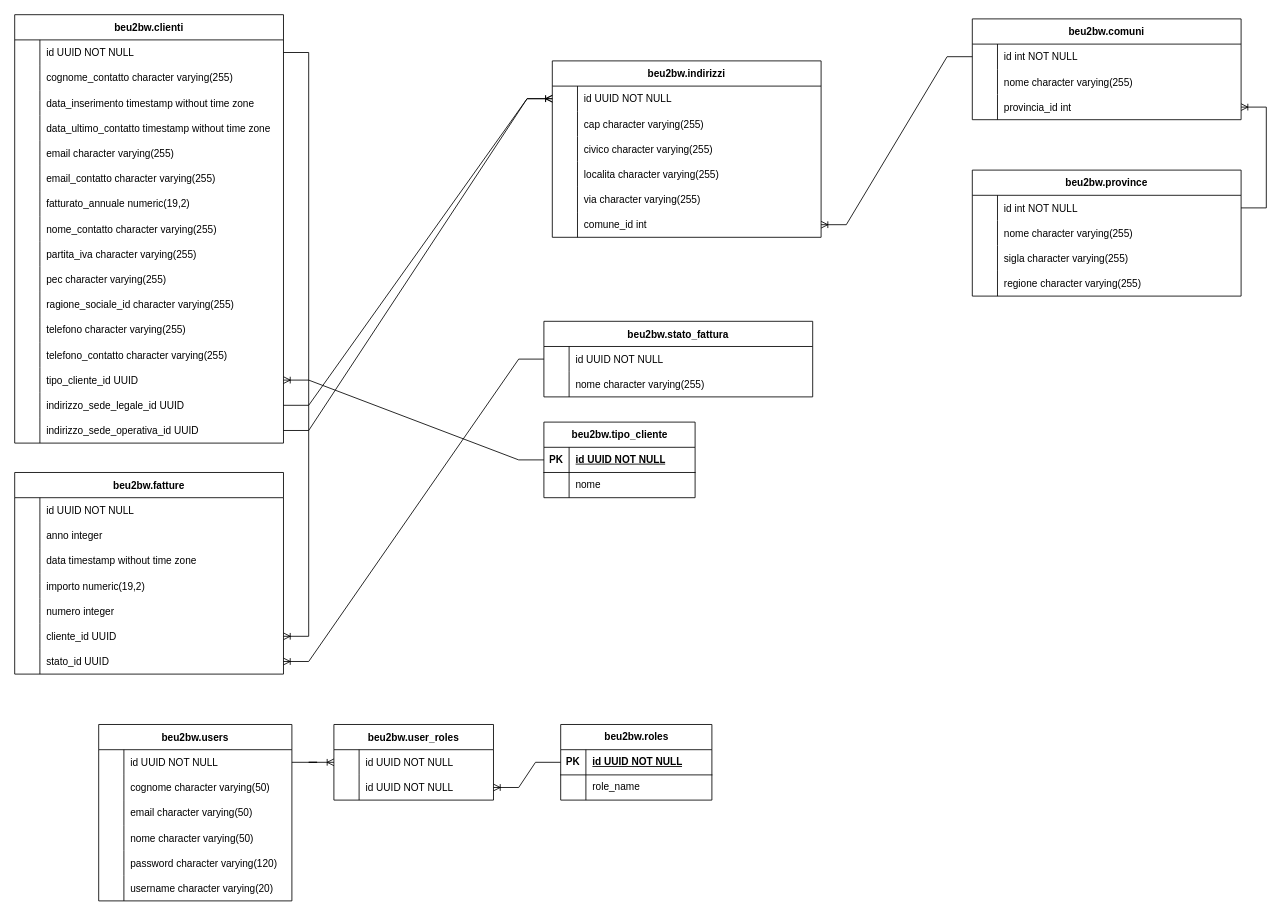
Above: Diagram.drawio in 12kpro/BE-U2-BW (draw.io), before the change. Source tidied: cells renumbered, new cells numbered last; positions are measured from the earlier drawing's top-left corner, leaving out a move shared by most shapes. Both pictures are drawn from the tidied source at 84%, with x=0, y=0 at pixel (14, 14).
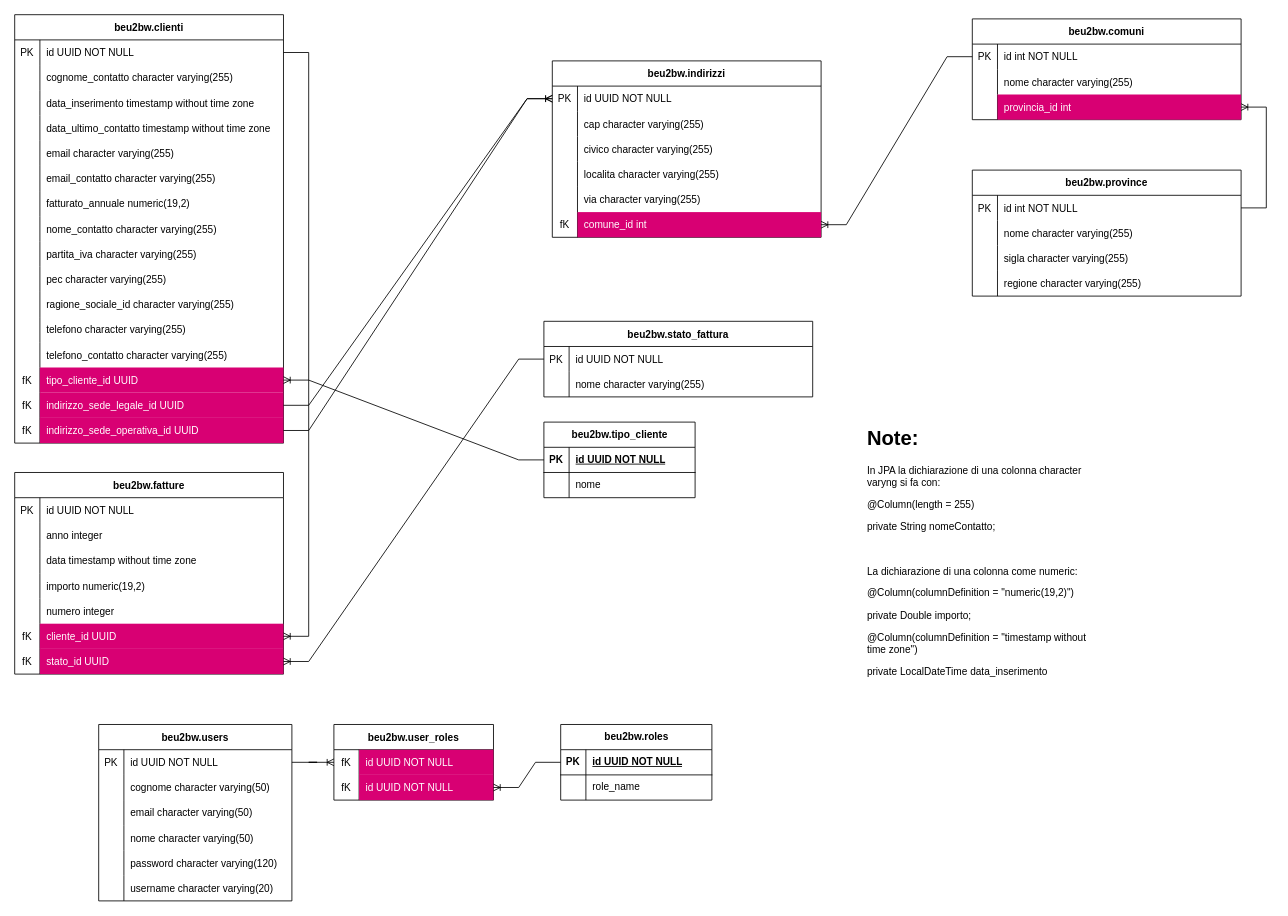
The same page after the edit.

The change refers to these unchanged cells:
```xml
<mxCell id="3" style="shape=tableRow;horizontal=0;startSize=0;swimlaneHead=0;swimlaneBody=0;fillColor=none;points=[[0,0.5],[1,0.5]];portConstraint=eastwest;strokeColor=inherit;top=0;left=0;right=0;bottom=0;" parent="2" vertex="1">
  <mxGeometry y="30" width="320" height="30" as="geometry" />
</mxCell>
<mxCell id="42" style="shape=tableRow;horizontal=0;startSize=0;swimlaneHead=0;swimlaneBody=0;fillColor=none;points=[[0,0.5],[1,0.5]];portConstraint=eastwest;strokeColor=inherit;top=0;left=0;right=0;bottom=0;" parent="2" vertex="1">
  <mxGeometry y="420" width="320" height="30" as="geometry" />
</mxCell>
<mxCell id="45" style="shape=tableRow;horizontal=0;startSize=0;swimlaneHead=0;swimlaneBody=0;fillColor=none;points=[[0,0.5],[1,0.5]];portConstraint=eastwest;strokeColor=inherit;top=0;left=0;right=0;bottom=0;" parent="2" vertex="1">
  <mxGeometry y="450" width="320" height="30" as="geometry" />
</mxCell>
<mxCell id="48" style="shape=tableRow;horizontal=0;startSize=0;swimlaneHead=0;swimlaneBody=0;fillColor=none;points=[[0,0.5],[1,0.5]];portConstraint=eastwest;strokeColor=inherit;top=0;left=0;right=0;bottom=0;" parent="2" vertex="1">
  <mxGeometry y="480" width="320" height="30" as="geometry" />
</mxCell>
<mxCell id="52" style="shape=tableRow;horizontal=0;startSize=0;swimlaneHead=0;swimlaneBody=0;fillColor=none;points=[[0,0.5],[1,0.5]];portConstraint=eastwest;strokeColor=inherit;top=0;left=0;right=0;bottom=0;" parent="51" vertex="1">
  <mxGeometry y="30" width="320" height="30" as="geometry" />
</mxCell>
<mxCell id="58" style="shape=tableRow;horizontal=0;startSize=0;swimlaneHead=0;swimlaneBody=0;fillColor=none;points=[[0,0.5],[1,0.5]];portConstraint=eastwest;strokeColor=inherit;top=0;left=0;right=0;bottom=0;" parent="51" vertex="1">
  <mxGeometry y="90" width="320" height="30" as="geometry" />
</mxCell>
<mxCell id="62" style="shape=tableRow;horizontal=0;startSize=0;swimlaneHead=0;swimlaneBody=0;fillColor=none;strokeColor=inherit;top=0;left=0;right=0;bottom=0;" parent="61" vertex="1">
  <mxGeometry y="30" width="320" height="30" as="geometry" />
</mxCell>
<mxCell id="77" style="shape=tableRow;horizontal=0;startSize=0;swimlaneHead=0;swimlaneBody=0;fillColor=none;points=[[0,0.5],[1,0.5]];portConstraint=eastwest;strokeColor=inherit;top=0;left=0;right=0;bottom=0;" parent="61" vertex="1">
  <mxGeometry y="180" width="320" height="30" as="geometry" />
</mxCell>
<mxCell id="80" style="shape=tableRow;horizontal=0;startSize=0;swimlaneHead=0;swimlaneBody=0;fillColor=none;points=[[0,0.5],[1,0.5]];portConstraint=eastwest;strokeColor=inherit;top=0;left=0;right=0;bottom=0;" parent="61" vertex="1">
  <mxGeometry y="210" width="320" height="30" as="geometry" />
</mxCell>
<mxCell id="84" style="shape=tableRow;horizontal=0;startSize=0;swimlaneHead=0;swimlaneBody=0;fillColor=none;points=[[0,0.5],[1,0.5]];portConstraint=eastwest;strokeColor=inherit;top=0;left=0;right=0;bottom=0;" parent="83" vertex="1">
  <mxGeometry y="30" width="320" height="30" as="geometry" />
</mxCell>
<mxCell id="99" style="shape=tableRow;horizontal=0;startSize=0;swimlaneHead=0;swimlaneBody=0;fillColor=none;points=[[0,0.5],[1,0.5]];portConstraint=eastwest;strokeColor=inherit;top=0;left=0;right=0;bottom=0;" parent="83" vertex="1">
  <mxGeometry y="180" width="320" height="30" as="geometry" />
</mxCell>
<mxCell id="103" style="shape=tableRow;horizontal=0;startSize=0;swimlaneHead=0;swimlaneBody=0;fillColor=none;points=[[0,0.5],[1,0.5]];portConstraint=eastwest;strokeColor=inherit;top=0;left=0;right=0;bottom=0;" parent="102" vertex="1">
  <mxGeometry y="30" width="320" height="30" as="geometry" />
</mxCell>
<mxCell id="116" style="shape=tableRow;horizontal=0;startSize=0;swimlaneHead=0;swimlaneBody=0;fillColor=none;points=[[0,0.5],[1,0.5]];portConstraint=eastwest;strokeColor=inherit;top=0;left=0;right=0;bottom=0;" parent="115" vertex="1">
  <mxGeometry y="30" width="320" height="30" as="geometry" />
</mxCell>
<mxCell id="123" style="shape=tableRow;horizontal=0;startSize=0;swimlaneHead=0;swimlaneBody=0;fillColor=none;strokeColor=inherit;top=0;left=0;right=0;bottom=0;" parent="122" vertex="1">
  <mxGeometry y="30" width="190" height="30" as="geometry" />
</mxCell>
<mxCell id="126" style="shape=tableRow;horizontal=0;startSize=0;swimlaneHead=0;swimlaneBody=0;fillColor=none;points=[[0,0.5],[1,0.5]];portConstraint=eastwest;strokeColor=inherit;top=0;left=0;right=0;bottom=0;" parent="122" vertex="1">
  <mxGeometry y="60" width="190" height="30" as="geometry" />
</mxCell>
<mxCell id="130" style="shape=tableRow;horizontal=0;startSize=0;swimlaneHead=0;swimlaneBody=0;fillColor=none;points=[[0,0.5],[1,0.5]];portConstraint=eastwest;strokeColor=inherit;top=0;left=0;right=0;bottom=0;" parent="129" vertex="1">
  <mxGeometry y="30" width="230" height="30" as="geometry" />
</mxCell>
```

Change to the diagram source:
```diff
@@
-    <mxCell id="4" style="shape=partialRectangle;overflow=hidden;fillColor=none;strokeColor=inherit;top=0;left=0;bottom=0;right=0;" parent="3" vertex="1">
+    <mxCell id="4" value="PK" style="shape=partialRectangle;overflow=hidden;fillColor=none;strokeColor=inherit;top=0;left=0;bottom=0;right=0;" parent="3" vertex="1">
       <mxGeometry width="30" height="30" as="geometry" />
     </mxCell>
@@
-    <mxCell id="43" style="shape=partialRectangle;overflow=hidden;fillColor=none;strokeColor=inherit;top=0;left=0;bottom=0;right=0;" parent="42" vertex="1">
+    <mxCell id="43" value="fK" style="shape=partialRectangle;overflow=hidden;fillColor=none;strokeColor=inherit;top=0;left=0;bottom=0;right=0;" parent="42" vertex="1">
       <mxGeometry width="30" height="30" as="geometry" />
     </mxCell>
-    <mxCell id="44" value="tipo_cliente_id UUID" style="shape=partialRectangle;overflow=hidden;fillColor=none;align=left;strokeColor=inherit;top=0;left=0;bottom=0;right=0;spacingLeft=6;" parent="42" vertex="1">
+    <mxCell id="44" value="tipo_cliente_id UUID" style="shape=partialRectangle;overflow=hidden;fillColor=#d80073;align=left;strokeColor=#A50040;top=0;left=0;bottom=0;right=0;spacingLeft=6;fontColor=#ffffff;" parent="42" vertex="1">
       <mxGeometry x="30" width="290" height="30" as="geometry" />
     </mxCell>
@@
-    <mxCell id="46" style="shape=partialRectangle;overflow=hidden;fillColor=none;strokeColor=inherit;top=0;left=0;bottom=0;right=0;" parent="45" vertex="1">
+    <mxCell id="46" value="fK" style="shape=partialRectangle;overflow=hidden;fillColor=none;strokeColor=inherit;top=0;left=0;bottom=0;right=0;" parent="45" vertex="1">
       <mxGeometry width="30" height="30" as="geometry" />
     </mxCell>
-    <mxCell id="47" value="indirizzo_sede_legale_id UUID" style="shape=partialRectangle;overflow=hidden;fillColor=none;align=left;strokeColor=inherit;top=0;left=0;bottom=0;right=0;spacingLeft=6;" parent="45" vertex="1">
+    <mxCell id="47" value="indirizzo_sede_legale_id UUID" style="shape=partialRectangle;overflow=hidden;fillColor=#d80073;align=left;strokeColor=#A50040;top=0;left=0;bottom=0;right=0;spacingLeft=6;fontColor=#ffffff;" parent="45" vertex="1">
       <mxGeometry x="30" width="290" height="30" as="geometry" />
     </mxCell>
@@
-    <mxCell id="49" style="shape=partialRectangle;overflow=hidden;fillColor=none;strokeColor=inherit;top=0;left=0;bottom=0;right=0;" parent="48" vertex="1">
+    <mxCell id="49" value="fK" style="shape=partialRectangle;overflow=hidden;fillColor=none;strokeColor=inherit;top=0;left=0;bottom=0;right=0;" parent="48" vertex="1">
       <mxGeometry width="30" height="30" as="geometry" />
     </mxCell>
-    <mxCell id="50" value="indirizzo_sede_operativa_id UUID" style="shape=partialRectangle;overflow=hidden;fillColor=none;align=left;strokeColor=inherit;top=0;left=0;bottom=0;right=0;spacingLeft=6;" parent="48" vertex="1">
+    <mxCell id="50" value="indirizzo_sede_operativa_id UUID" style="shape=partialRectangle;overflow=hidden;fillColor=#d80073;align=left;strokeColor=#A50040;top=0;left=0;bottom=0;right=0;spacingLeft=6;fontColor=#ffffff;" parent="48" vertex="1">
       <mxGeometry x="30" width="290" height="30" as="geometry" />
     </mxCell>
@@
-    <mxCell id="53" style="shape=partialRectangle;overflow=hidden;fillColor=none;strokeColor=inherit;top=0;left=0;bottom=0;right=0;" parent="52" vertex="1">
+    <mxCell id="53" value="PK" style="shape=partialRectangle;overflow=hidden;fillColor=none;strokeColor=inherit;top=0;left=0;bottom=0;right=0;" parent="52" vertex="1">
       <mxGeometry width="30" height="30" as="geometry" />
     </mxCell>
@@
-    <mxCell id="60" value="provincia_id int" style="shape=partialRectangle;overflow=hidden;fillColor=none;align=left;strokeColor=inherit;top=0;left=0;bottom=0;right=0;spacingLeft=6;" parent="58" vertex="1">
+    <mxCell id="60" value="provincia_id int" style="shape=partialRectangle;overflow=hidden;fillColor=#d80073;align=left;strokeColor=#A50040;top=0;left=0;bottom=0;right=0;spacingLeft=6;fontColor=#ffffff;" parent="58" vertex="1">
       <mxGeometry x="30" width="290" height="30" as="geometry" />
     </mxCell>
@@
-    <mxCell id="63" style="shape=partialRectangle;overflow=hidden;fillColor=none;strokeColor=inherit;top=0;left=0;bottom=0;right=0;" parent="62" vertex="1">
+    <mxCell id="63" value="PK" style="shape=partialRectangle;overflow=hidden;fillColor=none;strokeColor=inherit;top=0;left=0;bottom=0;right=0;" parent="62" vertex="1">
       <mxGeometry width="30" height="30" as="geometry" />
     </mxCell>
@@
-    <mxCell id="78" style="shape=partialRectangle;overflow=hidden;fillColor=none;strokeColor=inherit;top=0;left=0;bottom=0;right=0;" parent="77" vertex="1">
+    <mxCell id="78" value="fK" style="shape=partialRectangle;overflow=hidden;fillColor=none;strokeColor=inherit;top=0;left=0;bottom=0;right=0;" parent="77" vertex="1">
       <mxGeometry width="30" height="30" as="geometry" />
     </mxCell>
-    <mxCell id="79" value="cliente_id UUID" style="shape=partialRectangle;overflow=hidden;fillColor=none;align=left;strokeColor=inherit;top=0;left=0;bottom=0;right=0;spacingLeft=6;" parent="77" vertex="1">
+    <mxCell id="79" value="cliente_id UUID" style="shape=partialRectangle;overflow=hidden;fillColor=#d80073;align=left;strokeColor=#A50040;top=0;left=0;bottom=0;right=0;spacingLeft=6;fontColor=#ffffff;" parent="77" vertex="1">
       <mxGeometry x="30" width="290" height="30" as="geometry" />
     </mxCell>
@@
-    <mxCell id="81" style="shape=partialRectangle;overflow=hidden;fillColor=none;strokeColor=inherit;top=0;left=0;bottom=0;right=0;" parent="80" vertex="1">
+    <mxCell id="81" value="fK" style="shape=partialRectangle;overflow=hidden;fillColor=none;strokeColor=inherit;top=0;left=0;bottom=0;right=0;" parent="80" vertex="1">
       <mxGeometry width="30" height="30" as="geometry" />
     </mxCell>
-    <mxCell id="82" value="stato_id UUID" style="shape=partialRectangle;overflow=hidden;fillColor=none;align=left;strokeColor=inherit;top=0;left=0;bottom=0;right=0;spacingLeft=6;" parent="80" vertex="1">
+    <mxCell id="82" value="stato_id UUID" style="shape=partialRectangle;overflow=hidden;fillColor=#d80073;align=left;strokeColor=#A50040;top=0;left=0;bottom=0;right=0;spacingLeft=6;fontColor=#ffffff;" parent="80" vertex="1">
       <mxGeometry x="30" width="290" height="30" as="geometry" />
     </mxCell>
@@
-    <mxCell id="85" style="shape=partialRectangle;overflow=hidden;fillColor=none;strokeColor=inherit;top=0;left=0;bottom=0;right=0;" parent="84" vertex="1">
+    <mxCell id="85" value="PK" style="shape=partialRectangle;overflow=hidden;fillColor=none;strokeColor=inherit;top=0;left=0;bottom=0;right=0;" parent="84" vertex="1">
       <mxGeometry width="30" height="30" as="geometry" />
     </mxCell>
@@
-    <mxCell id="100" style="shape=partialRectangle;overflow=hidden;fillColor=none;strokeColor=inherit;top=0;left=0;bottom=0;right=0;" parent="99" vertex="1">
+    <mxCell id="100" value="fK" style="shape=partialRectangle;overflow=hidden;fillColor=none;strokeColor=inherit;top=0;left=0;bottom=0;right=0;" parent="99" vertex="1">
       <mxGeometry width="30" height="30" as="geometry" />
     </mxCell>
-    <mxCell id="101" value="comune_id int" style="shape=partialRectangle;overflow=hidden;fillColor=none;align=left;strokeColor=inherit;top=0;left=0;bottom=0;right=0;spacingLeft=6;" parent="99" vertex="1">
+    <mxCell id="101" value="comune_id int" style="shape=partialRectangle;overflow=hidden;fillColor=#d80073;align=left;strokeColor=#A50040;top=0;left=0;bottom=0;right=0;spacingLeft=6;fontColor=#ffffff;" parent="99" vertex="1">
       <mxGeometry x="30" width="290" height="30" as="geometry" />
     </mxCell>
@@
-    <mxCell id="104" style="shape=partialRectangle;overflow=hidden;fillColor=none;strokeColor=inherit;top=0;left=0;bottom=0;right=0;" parent="103" vertex="1">
+    <mxCell id="104" value="PK" style="shape=partialRectangle;overflow=hidden;fillColor=none;strokeColor=inherit;top=0;left=0;bottom=0;right=0;" parent="103" vertex="1">
       <mxGeometry width="30" height="30" as="geometry" />
     </mxCell>
@@
-    <mxCell id="117" style="shape=partialRectangle;overflow=hidden;fillColor=none;strokeColor=inherit;top=0;left=0;bottom=0;right=0;" parent="116" vertex="1">
+    <mxCell id="117" value="PK" style="shape=partialRectangle;overflow=hidden;fillColor=none;strokeColor=inherit;top=0;left=0;bottom=0;right=0;" parent="116" vertex="1">
       <mxGeometry width="30" height="30" as="geometry" />
     </mxCell>
@@
-    <mxCell id="124" style="shape=partialRectangle;overflow=hidden;fillColor=none;strokeColor=inherit;top=0;left=0;bottom=0;right=0;" parent="123" vertex="1">
+    <mxCell id="124" value="fK" style="shape=partialRectangle;overflow=hidden;fillColor=none;strokeColor=inherit;top=0;left=0;bottom=0;right=0;" parent="123" vertex="1">
       <mxGeometry width="30" height="30" as="geometry" />
     </mxCell>
-    <mxCell id="125" value="id UUID NOT NULL" style="shape=partialRectangle;overflow=hidden;fillColor=none;align=left;strokeColor=inherit;top=0;left=0;bottom=0;right=0;spacingLeft=6;" parent="123" vertex="1">
+    <mxCell id="125" value="id UUID NOT NULL" style="shape=partialRectangle;overflow=hidden;fillColor=#d80073;align=left;strokeColor=#A50040;top=0;left=0;bottom=0;right=0;spacingLeft=6;fontColor=#ffffff;" parent="123" vertex="1">
       <mxGeometry x="30" width="160" height="30" as="geometry" />
     </mxCell>
@@
-    <mxCell id="127" style="shape=partialRectangle;overflow=hidden;fillColor=none;strokeColor=inherit;top=0;left=0;bottom=0;right=0;" parent="126" vertex="1">
+    <mxCell id="127" value="fK" style="shape=partialRectangle;overflow=hidden;fillColor=none;strokeColor=inherit;top=0;left=0;bottom=0;right=0;" parent="126" vertex="1">
       <mxGeometry width="30" height="30" as="geometry" />
     </mxCell>
-    <mxCell id="128" value="id UUID NOT NULL" style="shape=partialRectangle;overflow=hidden;fillColor=none;align=left;strokeColor=inherit;top=0;left=0;bottom=0;right=0;spacingLeft=6;" parent="126" vertex="1">
+    <mxCell id="128" value="id UUID NOT NULL" style="shape=partialRectangle;overflow=hidden;fillColor=#d80073;align=left;strokeColor=#A50040;top=0;left=0;bottom=0;right=0;spacingLeft=6;fontColor=#ffffff;" parent="126" vertex="1">
       <mxGeometry x="30" width="160" height="30" as="geometry" />
     </mxCell>
@@
-    <mxCell id="131" style="shape=partialRectangle;overflow=hidden;fillColor=none;strokeColor=inherit;top=0;left=0;bottom=0;right=0;" parent="130" vertex="1">
+    <mxCell id="131" value="PK" style="shape=partialRectangle;overflow=hidden;fillColor=none;strokeColor=inherit;top=0;left=0;bottom=0;right=0;" parent="130" vertex="1">
       <mxGeometry width="30" height="30" as="geometry" />
     </mxCell>
@@
+    <mxCell id="171" value="&lt;h1&gt;Note:&lt;/h1&gt;&lt;p&gt;In JPA la dichiarazione di una colonna character varyng si fa con:&amp;nbsp;&amp;nbsp;&lt;/p&gt;&lt;p&gt;@Column(length = 255)&lt;/p&gt;&lt;p&gt;private String nomeContatto;&lt;/p&gt;&lt;p&gt;&lt;br&gt;&lt;/p&gt;&lt;p&gt;La dichiarazione di una colonna come numeric:&lt;/p&gt;&lt;p&gt;@Column(columnDefinition = &quot;numeric(19,2)&quot;)&lt;/p&gt;&lt;p&gt;private Double importo;&lt;/p&gt;&lt;p&gt;@Column(columnDefinition = &quot;timestamp without time zone&lt;span style=&quot;background-color: initial;&quot;&gt;&quot;)&lt;/span&gt;&lt;/p&gt;&lt;p&gt;&lt;span style=&quot;background-color: initial;&quot;&gt;private LocalDateTime data_inserimento&lt;/span&gt;&lt;/p&gt;" style="text;html=1;strokeColor=none;fillColor=none;spacing=5;spacingTop=-20;whiteSpace=wrap;overflow=hidden;rounded=0;" parent="1" vertex="1">
+      <mxGeometry x="1010" y="485" width="280" height="320" as="geometry" />
+    </mxCell>
```
